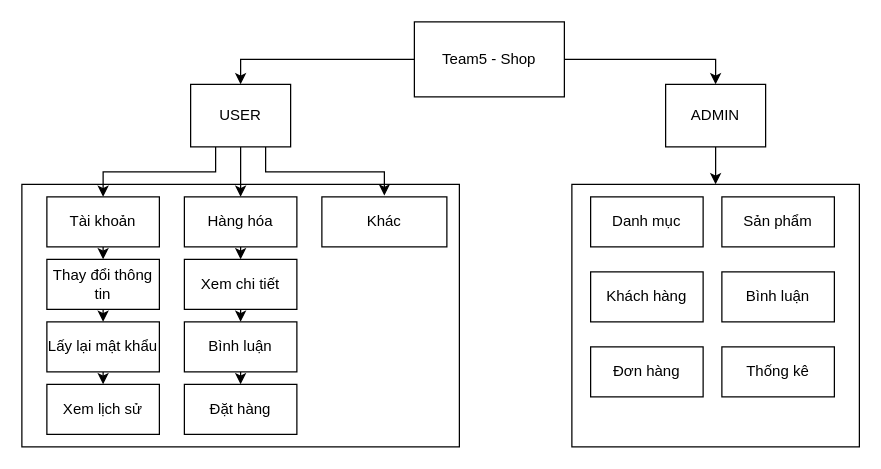
The draw.io diagram site map.drawio in KhoantenKhoan/Team5, before the edit. Source tidied: cells renumbered, new cells numbered last; positions are measured from the earlier drawing's top-left corner, leaving out a move shared by most shapes. Both pictures are drawn from the tidied source at 125%, with x=0, y=0 at pixel (21, 21).
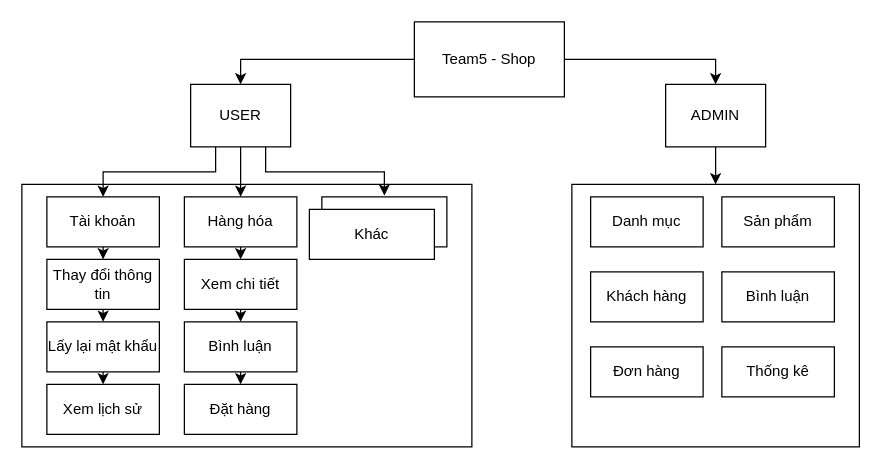
The same diagram, later.

Unchanged cells that the change refers to:
```xml
<mxCell id="9" value="USER" style="rounded=0;whiteSpace=wrap;html=1;" parent="1" vertex="1">
  <mxGeometry x="135" y="50" width="80" height="50" as="geometry" />
</mxCell>
<mxCell id="26" value="Khác" style="rounded=0;whiteSpace=wrap;html=1;strokeWidth=1;perimeterSpacing=1;" parent="1" vertex="1">
  <mxGeometry x="240" y="140" width="100" height="40" as="geometry" />
</mxCell>
```

What changed in the source:
```diff
@@
     <mxCell id="2" style="rounded=0;whiteSpace=wrap;html=1;" parent="1" vertex="1">
-      <mxGeometry y="130" width="350" height="210" as="geometry" />
+      <mxGeometry y="130" width="360" height="210" as="geometry" />
     </mxCell>
@@
-    <mxCell id="8" style="edgeStyle=orthogonalEdgeStyle;rounded=0;jettySize=auto;html=1;exitX=0.75;exitY=1;exitDx=0;exitDy=0;" parent="1" edge="1" source="9" target="26">
+    <mxCell id="8" style="edgeStyle=orthogonalEdgeStyle;rounded=0;jettySize=auto;html=1;exitX=0.75;exitY=1;exitDx=0;exitDy=0;entryX=0.5;entryY=0;entryDx=0;entryDy=0;" parent="1" edge="1" source="9" target="26">
       <mxGeometry relative="1" as="geometry" />
     </mxCell>
@@
+    <mxCell id="35" value="Khác" style="rounded=0;whiteSpace=wrap;html=1;strokeWidth=1;perimeterSpacing=1;" parent="1" vertex="1">
+      <mxGeometry x="230" y="150" width="100" height="40" as="geometry" />
+    </mxCell>
```
